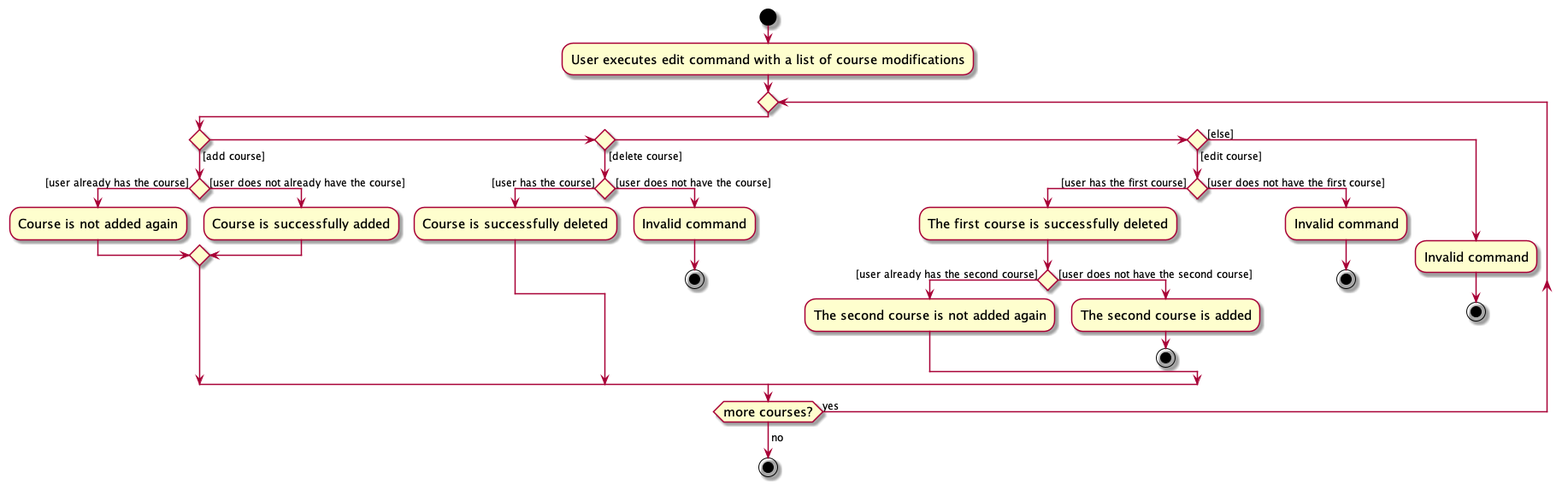
Before: docs/images/EditActivityDiagram.png, a diagram exported from PlantUML (tanteckfang/tp).
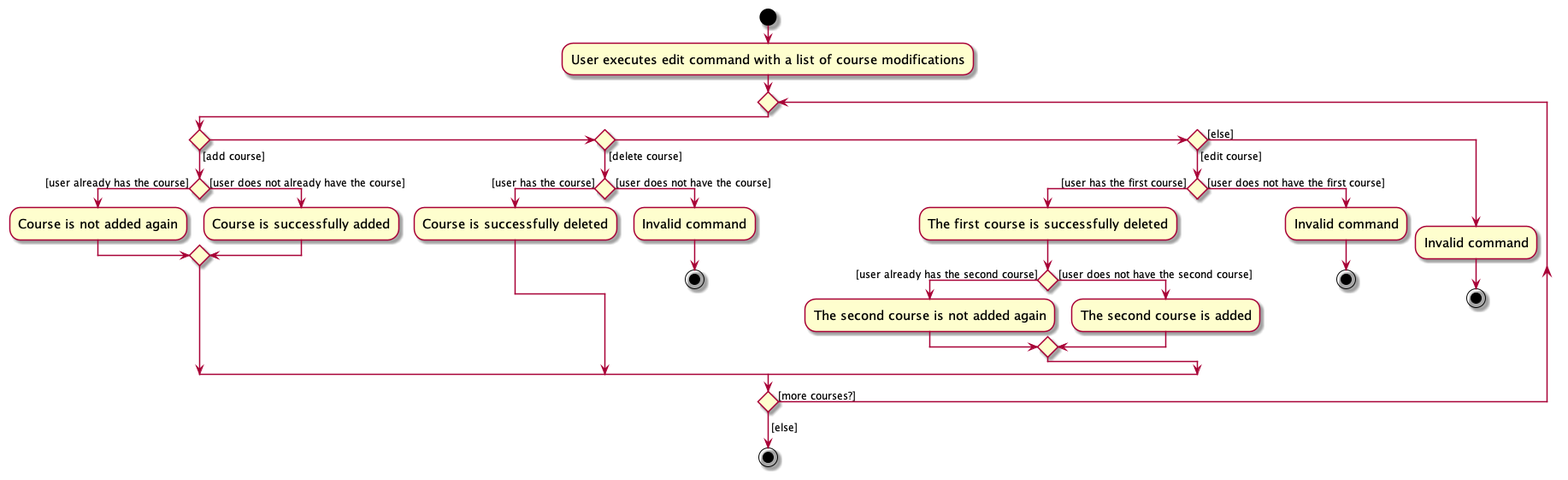
After the change.

The edit, as a diff of the source:
```diff
@@ -26,7 +26,6 @@
                 :The second course is not added again;
             else ([user does not have the second course])
                 :The second course is added;
-                stop
             endif
         else ([user does not have the first course])
             :Invalid command;
@@ -36,7 +35,7 @@
         :Invalid command;
         stop
     endif
-repeat while (more courses?) is (yes)
-->no;
+repeat while () is ([more courses?])
+->[else];
 stop
 @enduml
```
